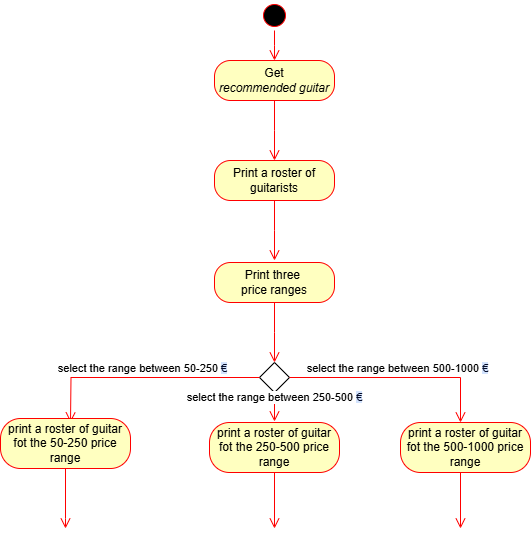
The draw.io diagram ActivityDiagramM.drawio.png in TizianoLilli/ISPW-Project, before a commit. Source tidied: cells renumbered, new cells last; positions are measured from the earlier drawing's top-left corner, leaving out a move shared by most shapes.
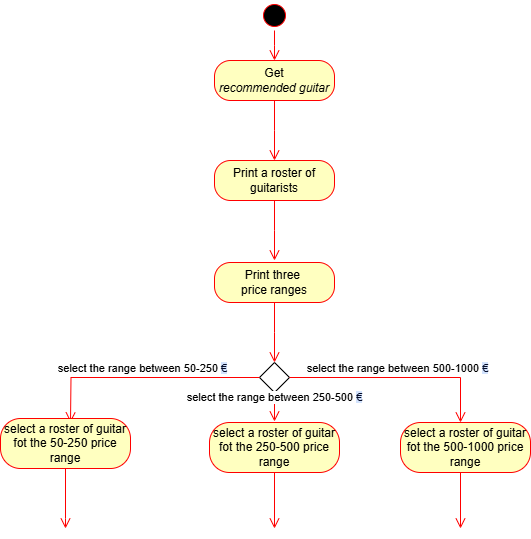
Above is the later version.

Diff of the diagram source:
```diff
@@ -61,7 +61,7 @@
         <mxPoint x="70" y="422" as="targetPoint" />
       </mxGeometry>
     </mxCell>
-    <mxCell id="14" value="print a roster of guitar fot the 50-250 price range" style="rounded=1;whiteSpace=wrap;html=1;arcSize=40;fontColor=#000000;fillColor=#ffffc0;strokeColor=#ff0000;" parent="1" vertex="1">
+    <mxCell id="14" value="select a roster of guitar fot the 50-250 price range" style="rounded=1;whiteSpace=wrap;html=1;arcSize=40;fontColor=#000000;fillColor=#ffffc0;strokeColor=#ff0000;" parent="1" vertex="1">
       <mxGeometry y="418" width="130" height="50" as="geometry" />
     </mxCell>
     <mxCell id="15" style="edgeStyle=orthogonalEdgeStyle;html=1;verticalAlign=bottom;endArrow=open;endSize=8;strokeColor=#ff0000;rounded=0;" parent="1" edge="1">
@@ -73,10 +73,10 @@
         </Array>
       </mxGeometry>
     </mxCell>
-    <mxCell id="16" value="print a roster of guitar fot the 250-500 price range" style="rounded=1;whiteSpace=wrap;html=1;arcSize=40;fontColor=#000000;fillColor=#ffffc0;strokeColor=#ff0000;" parent="1" vertex="1">
+    <mxCell id="16" value="select a roster of guitar fot the 250-500 price range" style="rounded=1;whiteSpace=wrap;html=1;arcSize=40;fontColor=#000000;fillColor=#ffffc0;strokeColor=#ff0000;" parent="1" vertex="1">
       <mxGeometry x="209" y="422" width="130" height="50" as="geometry" />
     </mxCell>
-    <mxCell id="17" value="print a roster of guitar fot the 500-1000 price range" style="rounded=1;whiteSpace=wrap;html=1;arcSize=40;fontColor=#000000;fillColor=#ffffc0;strokeColor=#ff0000;" parent="1" vertex="1">
+    <mxCell id="17" value="select a roster of guitar fot the 500-1000 price range" style="rounded=1;whiteSpace=wrap;html=1;arcSize=40;fontColor=#000000;fillColor=#ffffc0;strokeColor=#ff0000;" parent="1" vertex="1">
       <mxGeometry x="400" y="422" width="130" height="50" as="geometry" />
     </mxCell>
     <mxCell id="18" value="Print a roster of guitarists" style="rounded=1;whiteSpace=wrap;html=1;arcSize=40;fontColor=#000000;fillColor=#ffffc0;strokeColor=#ff0000;" parent="1" vertex="1">
```
